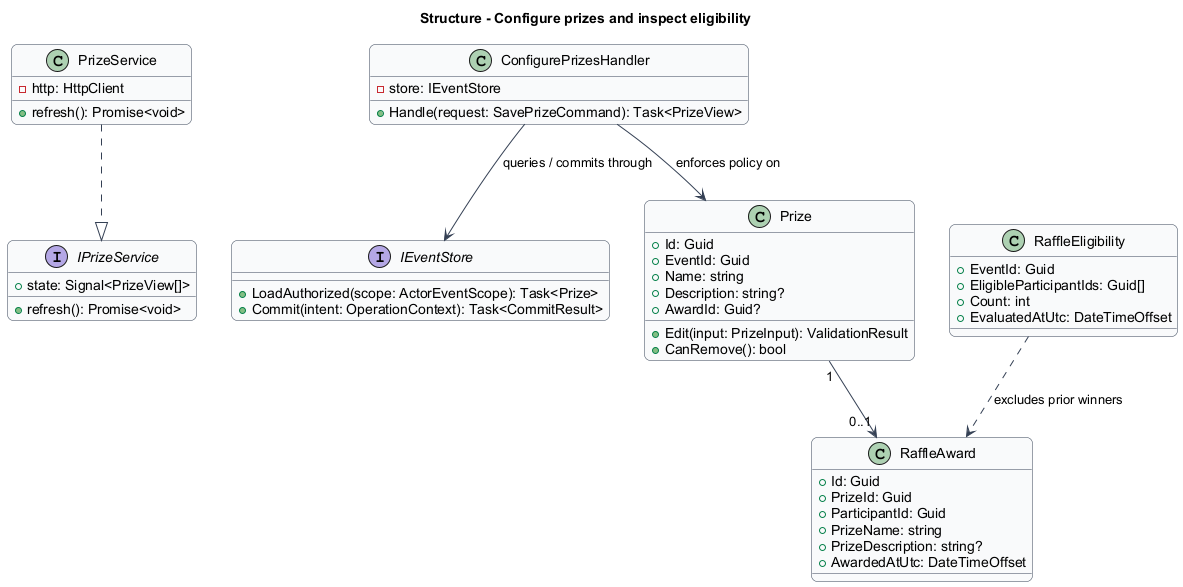
The PlantUML diagram docs/detailed-designs/raffles/configure-prizes/diagrams/classes.png in QuinntyneBrown/faithtech-toronto-ai-build-event, before a commit.
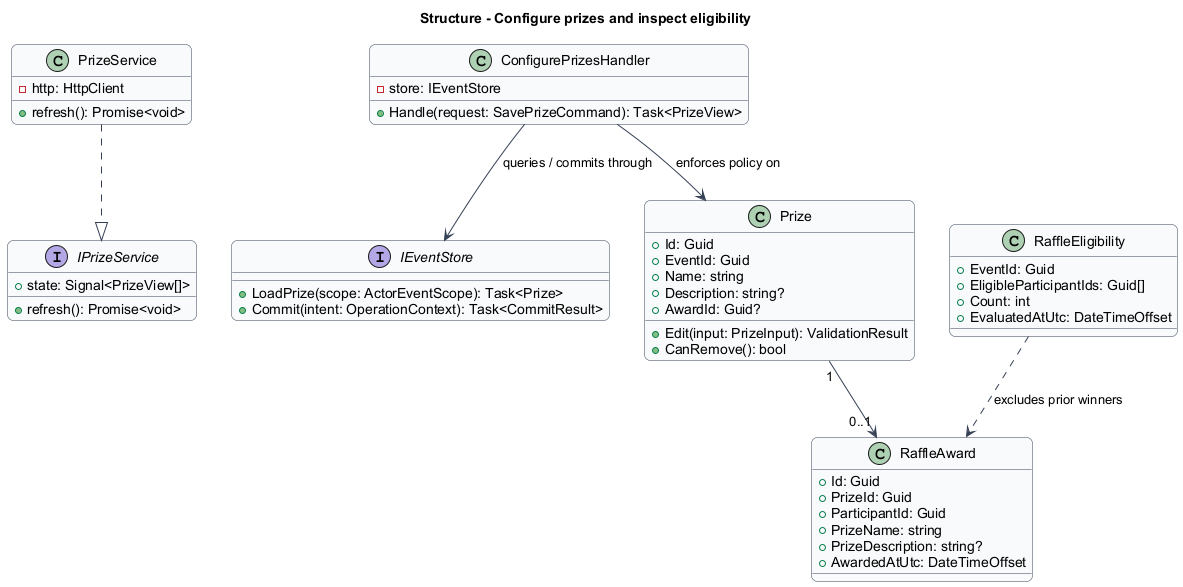
After the change.

Diff of the diagram source:
```diff
@@ -22,7 +22,7 @@
   +Handle(request: SavePrizeCommand): Task<PrizeView>
 }
 interface IEventStore {
-  +LoadAuthorized(scope: ActorEventScope): Task<Prize>
+  +LoadPrize(scope: ActorEventScope): Task<Prize>
   +Commit(intent: OperationContext): Task<CommitResult>
 }
 class Prize {
```
